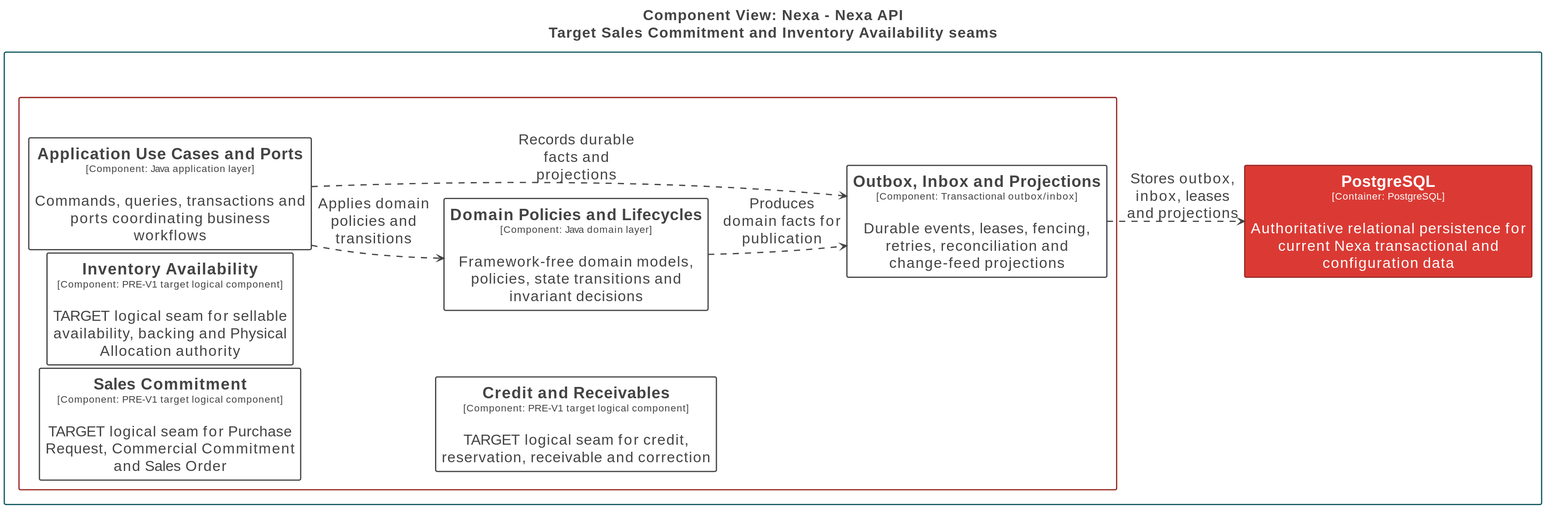
Before: 01-shared/architecture/c4/exports/l3/Nexa-API-CommercialInventory-TARGET.svg, a diagram exported from PlantUML (nexa-suite/blueprint). Its diagram source:
```plantuml
@startuml
title <size:24>Component View: Nexa - Nexa API</size>\n<size:24>Target Sales Commitment and Inventory Availability seams</size>

set separator none
left to right direction
skinparam ranksep 20
skinparam nodesep 5
hide stereotype

<style>
  root {
    BackgroundColor: #ffffff;
    FontColor: #444444;
  }
  // Element
  .Element-RWxlbWVudA== {
    BackgroundColor: #ffffff;
    LineColor: #444444;
    LineStyle: 0;
    LineThickness: 2;
    FontColor: #444444;
    FontSize: 24;
    HorizontalAlignment: center;
    Shadowing: 0;
    MaximumWidth: 450;
  }
  // Element,Container
  .Element-RWxlbWVudCxDb250YWluZXI= {
    BackgroundColor: #db3a34;
    LineColor: #992824;
    LineStyle: 0;
    LineThickness: 2;
    FontColor: #ffffff;
    FontSize: 24;
    HorizontalAlignment: center;
    Shadowing: 0;
    MaximumWidth: 450;
  }
  // Relationship
  .Relationship-UmVsYXRpb25zaGlw {
    LineThickness: 2;
    LineStyle: 10-10;
    LineColor: #444444;
    FontColor: #444444;
    FontSize: 24;
    MaximumWidth: 200;
  }
  // Nexa
  .Boundary-TmV4YQ== {
    BackgroundColor: #ffffff;
    LineColor: #10585f;
    LineStyle: 0;
    LineThickness: 2;
    FontColor: #ffffff;
    FontSize: 24;
    HorizontalAlignment: center;
    Shadowing: 0;
  }
  // Nexa API
  .Boundary-TmV4YSBBUEk= {
    BackgroundColor: #ffffff;
    LineColor: #992824;
    LineStyle: 0;
    LineThickness: 2;
    FontColor: #ffffff;
    FontSize: 24;
    HorizontalAlignment: center;
    Shadowing: 0;
  }
</style>

rectangle "Nexa\n<size:16>[Software System]</size>" <<Boundary-TmV4YQ==>> {
  rectangle "Nexa API\n<size:16>[Container: Java 25 / Spring Boot 4.1 / Spring Modulith modular monolith]</size>" <<Boundary-TmV4YSBBUEk=>> {
    rectangle "==Application Use Cases and Ports\n<size:16>[Component: Java application layer]</size>\n\nCommands, queries, transactions and ports coordinating business workflows" <<Element-RWxlbWVudA==>> as Nexa.NexaAPI.ApplicationUseCasesandPorts
    rectangle "==Domain Policies and Lifecycles\n<size:16>[Component: Java domain layer]</size>\n\nFramework-free domain models, policies, state transitions and invariant decisions" <<Element-RWxlbWVudA==>> as Nexa.NexaAPI.DomainPoliciesandLifecycles
    rectangle "==Outbox, Inbox and Projections\n<size:16>[Component: Transactional outbox/inbox]</size>\n\nDurable events, leases, fencing, retries, reconciliation and change-feed projections" <<Element-RWxlbWVudA==>> as Nexa.NexaAPI.OutboxInboxandProjections
    rectangle "==Sales Commitment\n<size:16>[Component: PRE-V1 target logical component]</size>\n\nTARGET logical seam for Purchase Request, Commercial Commitment and Sales Order" <<Element-RWxlbWVudA==>> as Nexa.NexaAPI.SalesCommitment
    rectangle "==Inventory Availability\n<size:16>[Component: PRE-V1 target logical component]</size>\n\nTARGET logical seam for sellable availability, backing and Physical Allocation authority" <<Element-RWxlbWVudA==>> as Nexa.NexaAPI.InventoryAvailability
    rectangle "==Credit and Receivables\n<size:16>[Component: PRE-V1 target logical component]</size>\n\nTARGET logical seam for credit, reservation, receivable and correction" <<Element-RWxlbWVudA==>> as Nexa.NexaAPI.CreditandReceivables
  }

  rectangle "==PostgreSQL\n<size:16>[Container: PostgreSQL]</size>\n\nAuthoritative relational persistence for current Nexa transactional and configuration data" <<Element-RWxlbWVudCxDb250YWluZXI=>> as Nexa.PostgreSQL
}

Nexa.NexaAPI.ApplicationUseCasesandPorts --> Nexa.NexaAPI.DomainPoliciesandLifecycles <<Relationship-UmVsYXRpb25zaGlw>> : "Applies domain policies and transitions"
Nexa.NexaAPI.ApplicationUseCasesandPorts --> Nexa.NexaAPI.OutboxInboxandProjections <<Relationship-UmVsYXRpb25zaGlw>> : "Records durable facts and projections"
Nexa.NexaAPI.DomainPoliciesandLifecycles --> Nexa.NexaAPI.OutboxInboxandProjections <<Relationship-UmVsYXRpb25zaGlw>> : "Produces domain facts for publication"
Nexa.NexaAPI.OutboxInboxandProjections --> Nexa.PostgreSQL <<Relationship-UmVsYXRpb25zaGlw>> : "Stores outbox, inbox, leases and projections"
@enduml
```
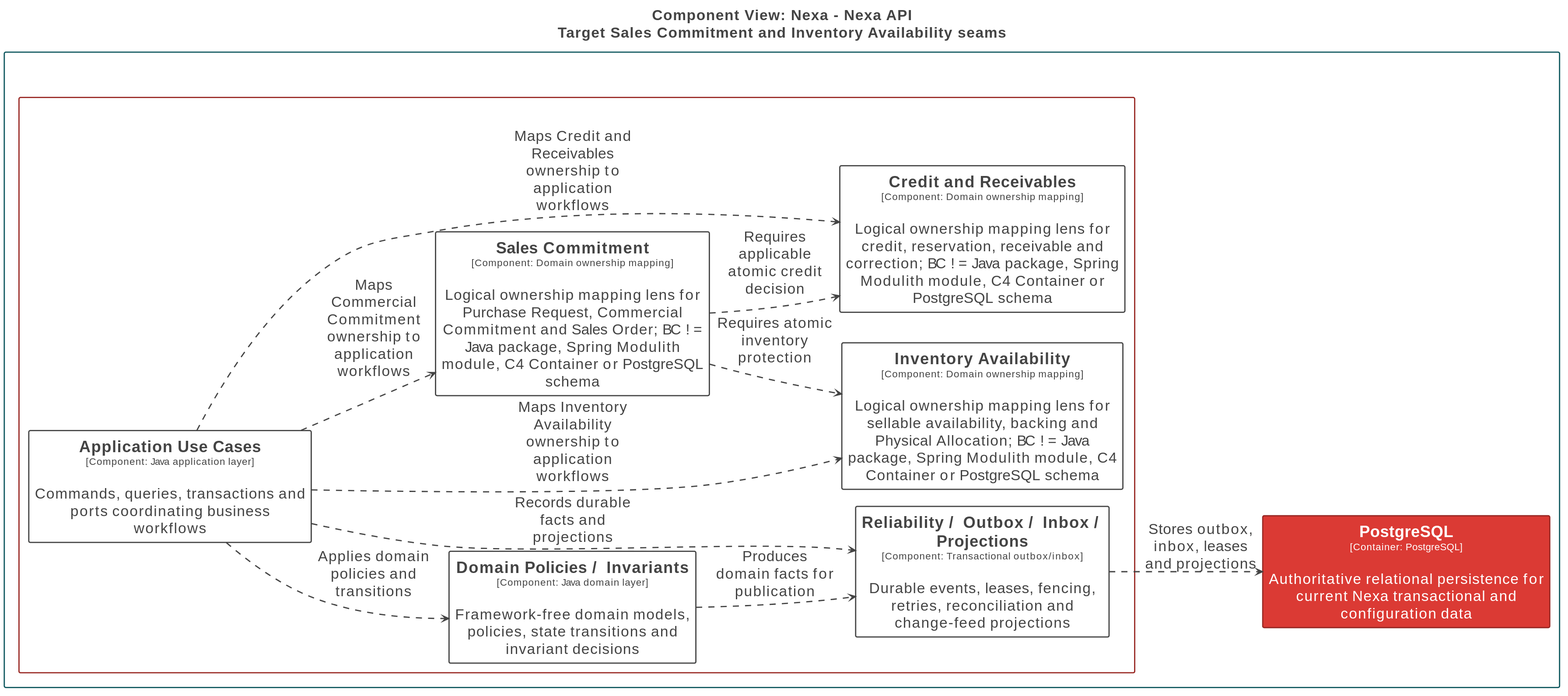
Later version of the same file.

Change to the diagram source:
```diff
@@ -70,20 +70,25 @@
 </style>
 
 rectangle "Nexa\n<size:16>[Software System]</size>" <<Boundary-TmV4YQ==>> {
-  rectangle "Nexa API\n<size:16>[Container: Java 25 / Spring Boot 4.1 / Spring Modulith modular monolith]</size>" <<Boundary-TmV4YSBBUEk=>> {
-    rectangle "==Application Use Cases and Ports\n<size:16>[Component: Java application layer]</size>\n\nCommands, queries, transactions and ports coordinating business workflows" <<Element-RWxlbWVudA==>> as Nexa.NexaAPI.ApplicationUseCasesandPorts
-    rectangle "==Domain Policies and Lifecycles\n<size:16>[Component: Java domain layer]</size>\n\nFramework-free domain models, policies, state transitions and invariant decisions" <<Element-RWxlbWVudA==>> as Nexa.NexaAPI.DomainPoliciesandLifecycles
-    rectangle "==Outbox, Inbox and Projections\n<size:16>[Component: Transactional outbox/inbox]</size>\n\nDurable events, leases, fencing, retries, reconciliation and change-feed projections" <<Element-RWxlbWVudA==>> as Nexa.NexaAPI.OutboxInboxandProjections
-    rectangle "==Sales Commitment\n<size:16>[Component: PRE-V1 target logical component]</size>\n\nTARGET logical seam for Purchase Request, Commercial Commitment and Sales Order" <<Element-RWxlbWVudA==>> as Nexa.NexaAPI.SalesCommitment
-    rectangle "==Inventory Availability\n<size:16>[Component: PRE-V1 target logical component]</size>\n\nTARGET logical seam for sellable availability, backing and Physical Allocation authority" <<Element-RWxlbWVudA==>> as Nexa.NexaAPI.InventoryAvailability
-    rectangle "==Credit and Receivables\n<size:16>[Component: PRE-V1 target logical component]</size>\n\nTARGET logical seam for credit, reservation, receivable and correction" <<Element-RWxlbWVudA==>> as Nexa.NexaAPI.CreditandReceivables
+  rectangle "Nexa API\n<size:16>[Container: Java 25 / Spring Boot 4.1 / Spring Modulith]</size>" <<Boundary-TmV4YSBBUEk=>> {
+    rectangle "==Application Use Cases\n<size:16>[Component: Java application layer]</size>\n\nCommands, queries, transactions and ports coordinating business workflows" <<Element-RWxlbWVudA==>> as Nexa.NexaAPI.ApplicationUseCases
+    rectangle "==Domain Policies / Invariants\n<size:16>[Component: Java domain layer]</size>\n\nFramework-free domain models, policies, state transitions and invariant decisions" <<Element-RWxlbWVudA==>> as Nexa.NexaAPI.DomainPoliciesInvariants
+    rectangle "==Reliability / Outbox / Inbox / Projections\n<size:16>[Component: Transactional outbox/inbox]</size>\n\nDurable events, leases, fencing, retries, reconciliation and change-feed projections" <<Element-RWxlbWVudA==>> as Nexa.NexaAPI.ReliabilityOutboxInboxProjections
+    rectangle "==Sales Commitment\n<size:16>[Component: Domain ownership mapping]</size>\n\nLogical ownership mapping lens for Purchase Request, Commercial Commitment and Sales Order; BC != Java package, Spring Modulith module, C4 Container or PostgreSQL schema" <<Element-RWxlbWVudA==>> as Nexa.NexaAPI.SalesCommitment
+    rectangle "==Inventory Availability\n<size:16>[Component: Domain ownership mapping]</size>\n\nLogical ownership mapping lens for sellable availability, backing and Physical Allocation; BC != Java package, Spring Modulith module, C4 Container or PostgreSQL schema" <<Element-RWxlbWVudA==>> as Nexa.NexaAPI.InventoryAvailability
+    rectangle "==Credit and Receivables\n<size:16>[Component: Domain ownership mapping]</size>\n\nLogical ownership mapping lens for credit, reservation, receivable and correction; BC != Java package, Spring Modulith module, C4 Container or PostgreSQL schema" <<Element-RWxlbWVudA==>> as Nexa.NexaAPI.CreditandReceivables
   }
 
   rectangle "==PostgreSQL\n<size:16>[Container: PostgreSQL]</size>\n\nAuthoritative relational persistence for current Nexa transactional and configuration data" <<Element-RWxlbWVudCxDb250YWluZXI=>> as Nexa.PostgreSQL
 }
 
-Nexa.NexaAPI.ApplicationUseCasesandPorts --> Nexa.NexaAPI.DomainPoliciesandLifecycles <<Relationship-UmVsYXRpb25zaGlw>> : "Applies domain policies and transitions"
-Nexa.NexaAPI.ApplicationUseCasesandPorts --> Nexa.NexaAPI.OutboxInboxandProjections <<Relationship-UmVsYXRpb25zaGlw>> : "Records durable facts and projections"
-Nexa.NexaAPI.DomainPoliciesandLifecycles --> Nexa.NexaAPI.OutboxInboxandProjections <<Relationship-UmVsYXRpb25zaGlw>> : "Produces domain facts for publication"
-Nexa.NexaAPI.OutboxInboxandProjections --> Nexa.PostgreSQL <<Relationship-UmVsYXRpb25zaGlw>> : "Stores outbox, inbox, leases and projections"
+Nexa.NexaAPI.ApplicationUseCases --> Nexa.NexaAPI.DomainPoliciesInvariants <<Relationship-UmVsYXRpb25zaGlw>> : "Applies domain policies and transitions"
+Nexa.NexaAPI.ApplicationUseCases --> Nexa.NexaAPI.ReliabilityOutboxInboxProjections <<Relationship-UmVsYXRpb25zaGlw>> : "Records durable facts and projections"
+Nexa.NexaAPI.DomainPoliciesInvariants --> Nexa.NexaAPI.ReliabilityOutboxInboxProjections <<Relationship-UmVsYXRpb25zaGlw>> : "Produces domain facts for publication"
+Nexa.NexaAPI.ReliabilityOutboxInboxProjections --> Nexa.PostgreSQL <<Relationship-UmVsYXRpb25zaGlw>> : "Stores outbox, inbox, leases and projections"
+Nexa.NexaAPI.ApplicationUseCases --> Nexa.NexaAPI.SalesCommitment <<Relationship-UmVsYXRpb25zaGlw>> : "Maps Commercial Commitment ownership to application workflows"
+Nexa.NexaAPI.ApplicationUseCases --> Nexa.NexaAPI.InventoryAvailability <<Relationship-UmVsYXRpb25zaGlw>> : "Maps Inventory Availability ownership to application workflows"
+Nexa.NexaAPI.ApplicationUseCases --> Nexa.NexaAPI.CreditandReceivables <<Relationship-UmVsYXRpb25zaGlw>> : "Maps Credit and Receivables ownership to application workflows"
+Nexa.NexaAPI.SalesCommitment --> Nexa.NexaAPI.InventoryAvailability <<Relationship-UmVsYXRpb25zaGlw>> : "Requires atomic inventory protection"
+Nexa.NexaAPI.SalesCommitment --> Nexa.NexaAPI.CreditandReceivables <<Relationship-UmVsYXRpb25zaGlw>> : "Requires applicable atomic credit decision"
 @enduml
```
